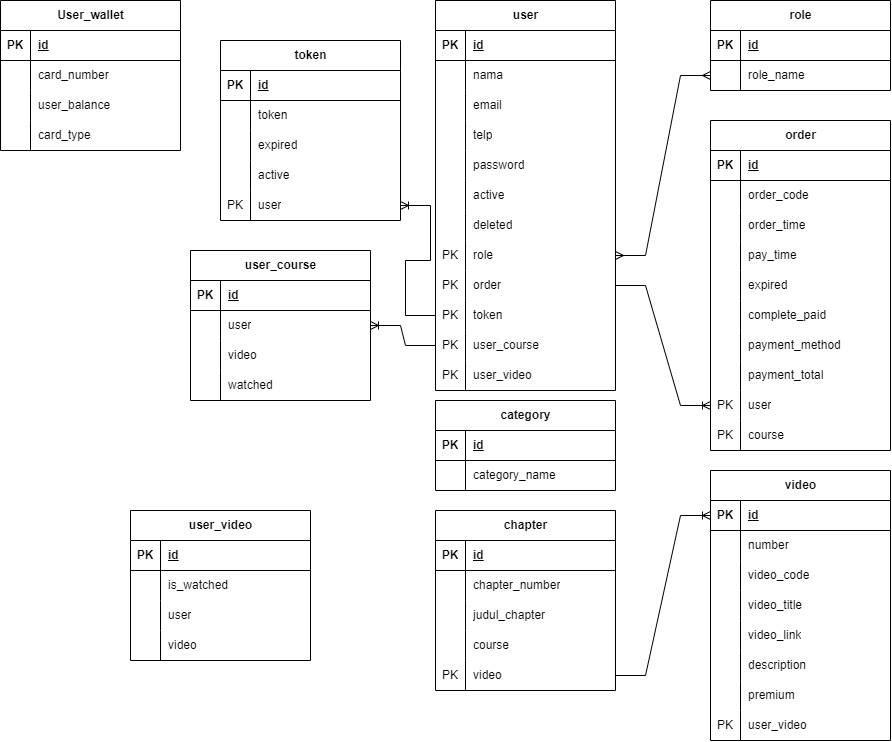
Earlier version of the draw.io export src/main/java/com/binar/backendonlinecourseapp/erd.png (DemoNicky/backend-video-course). Source tidied: cells renumbered, new cells last; positions are measured from the earlier drawing's top-left corner, leaving out a move shared by most shapes.
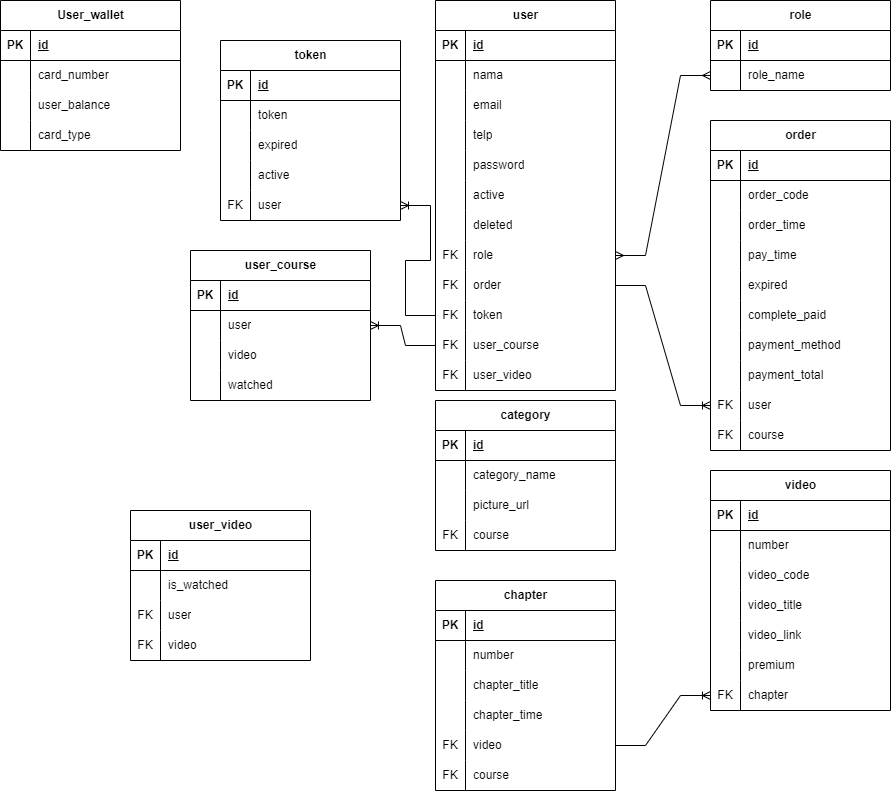
Above is the later version.

Change to the diagram source:
```diff
@@ -110,7 +110,7 @@
     <mxCell id="37" style="shape=tableRow;horizontal=0;startSize=0;swimlaneHead=0;swimlaneBody=0;fillColor=none;points=[[0,0.5],[1,0.5]];portConstraint=eastwest;top=0;left=0;right=0;bottom=0;" parent="15" vertex="1">
       <mxGeometry y="240" width="180" height="30" as="geometry" />
     </mxCell>
-    <mxCell id="38" value="PK" style="shape=partialRectangle;fillColor=none;top=0;left=0;bottom=0;right=0;overflow=hidden;whiteSpace=wrap;html=1;" parent="37" vertex="1">
+    <mxCell id="38" value="FK" style="shape=partialRectangle;fillColor=none;top=0;left=0;bottom=0;right=0;overflow=hidden;whiteSpace=wrap;html=1;" parent="37" vertex="1">
       <mxGeometry width="30" height="30" as="geometry" />
     </mxCell>
     <mxCell id="39" value="role" style="shape=partialRectangle;fillColor=none;top=0;left=0;bottom=0;right=0;align=left;spacingLeft=6;overflow=hidden;whiteSpace=wrap;html=1;" parent="37" vertex="1">
@@ -119,7 +119,7 @@
     <mxCell id="40" style="shape=tableRow;horizontal=0;startSize=0;swimlaneHead=0;swimlaneBody=0;fillColor=none;points=[[0,0.5],[1,0.5]];portConstraint=eastwest;top=0;left=0;right=0;bottom=0;" parent="15" vertex="1">
       <mxGeometry y="270" width="180" height="30" as="geometry" />
     </mxCell>
-    <mxCell id="41" value="PK" style="shape=partialRectangle;fillColor=none;top=0;left=0;bottom=0;right=0;overflow=hidden;whiteSpace=wrap;html=1;" parent="40" vertex="1">
+    <mxCell id="41" value="FK" style="shape=partialRectangle;fillColor=none;top=0;left=0;bottom=0;right=0;overflow=hidden;whiteSpace=wrap;html=1;" parent="40" vertex="1">
       <mxGeometry width="30" height="30" as="geometry" />
     </mxCell>
     <mxCell id="42" value="order" style="shape=partialRectangle;fillColor=none;top=0;left=0;bottom=0;right=0;align=left;spacingLeft=6;overflow=hidden;whiteSpace=wrap;html=1;" parent="40" vertex="1">
@@ -128,7 +128,7 @@
     <mxCell id="43" style="shape=tableRow;horizontal=0;startSize=0;swimlaneHead=0;swimlaneBody=0;fillColor=none;points=[[0,0.5],[1,0.5]];portConstraint=eastwest;top=0;left=0;right=0;bottom=0;" parent="15" vertex="1">
       <mxGeometry y="300" width="180" height="30" as="geometry" />
     </mxCell>
-    <mxCell id="44" value="PK" style="shape=partialRectangle;fillColor=none;top=0;left=0;bottom=0;right=0;overflow=hidden;whiteSpace=wrap;html=1;" parent="43" vertex="1">
+    <mxCell id="44" value="FK" style="shape=partialRectangle;fillColor=none;top=0;left=0;bottom=0;right=0;overflow=hidden;whiteSpace=wrap;html=1;" parent="43" vertex="1">
       <mxGeometry width="30" height="30" as="geometry" />
     </mxCell>
     <mxCell id="45" value="token" style="shape=partialRectangle;fillColor=none;top=0;left=0;bottom=0;right=0;align=left;spacingLeft=6;overflow=hidden;whiteSpace=wrap;html=1;" parent="43" vertex="1">
@@ -137,7 +137,7 @@
     <mxCell id="46" style="shape=tableRow;horizontal=0;startSize=0;swimlaneHead=0;swimlaneBody=0;fillColor=none;points=[[0,0.5],[1,0.5]];portConstraint=eastwest;top=0;left=0;right=0;bottom=0;" parent="15" vertex="1">
       <mxGeometry y="330" width="180" height="30" as="geometry" />
     </mxCell>
-    <mxCell id="47" value="PK" style="shape=partialRectangle;fillColor=none;top=0;left=0;bottom=0;right=0;overflow=hidden;whiteSpace=wrap;html=1;" parent="46" vertex="1">
+    <mxCell id="47" value="FK" style="shape=partialRectangle;fillColor=none;top=0;left=0;bottom=0;right=0;overflow=hidden;whiteSpace=wrap;html=1;" parent="46" vertex="1">
       <mxGeometry width="30" height="30" as="geometry" />
     </mxCell>
     <mxCell id="48" value="user_course" style="shape=partialRectangle;fillColor=none;top=0;left=0;bottom=0;right=0;align=left;spacingLeft=6;overflow=hidden;whiteSpace=wrap;html=1;" parent="46" vertex="1">
@@ -146,7 +146,7 @@
     <mxCell id="49" style="shape=tableRow;horizontal=0;startSize=0;swimlaneHead=0;swimlaneBody=0;fillColor=none;top=0;left=0;right=0;bottom=0;" parent="15" vertex="1">
       <mxGeometry y="360" width="180" height="30" as="geometry" />
     </mxCell>
-    <mxCell id="50" value="PK" style="shape=partialRectangle;fillColor=none;top=0;left=0;bottom=0;right=0;overflow=hidden;whiteSpace=wrap;html=1;" parent="49" vertex="1">
+    <mxCell id="50" value="FK" style="shape=partialRectangle;fillColor=none;top=0;left=0;bottom=0;right=0;overflow=hidden;whiteSpace=wrap;html=1;" parent="49" vertex="1">
       <mxGeometry width="30" height="30" as="geometry" />
     </mxCell>
     <mxCell id="51" value="user_video" style="shape=partialRectangle;fillColor=none;top=0;left=0;bottom=0;right=0;align=left;spacingLeft=6;overflow=hidden;whiteSpace=wrap;html=1;" parent="49" vertex="1">
@@ -251,7 +251,7 @@
     <mxCell id="84" style="shape=tableRow;horizontal=0;startSize=0;swimlaneHead=0;swimlaneBody=0;fillColor=none;points=[[0,0.5],[1,0.5]];portConstraint=eastwest;top=0;left=0;right=0;bottom=0;" parent="59" vertex="1">
       <mxGeometry y="270" width="180" height="30" as="geometry" />
     </mxCell>
-    <mxCell id="85" value="PK" style="shape=partialRectangle;fillColor=none;top=0;left=0;bottom=0;right=0;overflow=hidden;whiteSpace=wrap;html=1;" parent="84" vertex="1">
+    <mxCell id="85" value="FK" style="shape=partialRectangle;fillColor=none;top=0;left=0;bottom=0;right=0;overflow=hidden;whiteSpace=wrap;html=1;" parent="84" vertex="1">
       <mxGeometry width="30" height="30" as="geometry" />
     </mxCell>
     <mxCell id="86" value="user" style="shape=partialRectangle;fillColor=none;top=0;left=0;bottom=0;right=0;align=left;spacingLeft=6;overflow=hidden;whiteSpace=wrap;html=1;" parent="84" vertex="1">
@@ -260,7 +260,7 @@
     <mxCell id="87" style="shape=tableRow;horizontal=0;startSize=0;swimlaneHead=0;swimlaneBody=0;fillColor=none;top=0;left=0;right=0;bottom=0;" parent="59" vertex="1">
       <mxGeometry y="300" width="180" height="30" as="geometry" />
     </mxCell>
-    <mxCell id="88" value="PK" style="shape=partialRectangle;fillColor=none;top=0;left=0;bottom=0;right=0;overflow=hidden;whiteSpace=wrap;html=1;" parent="87" vertex="1">
+    <mxCell id="88" value="FK" style="shape=partialRectangle;fillColor=none;top=0;left=0;bottom=0;right=0;overflow=hidden;whiteSpace=wrap;html=1;" parent="87" vertex="1">
       <mxGeometry width="30" height="30" as="geometry" />
     </mxCell>
     <mxCell id="89" value="course" style="shape=partialRectangle;fillColor=none;top=0;left=0;bottom=0;right=0;align=left;spacingLeft=6;overflow=hidden;whiteSpace=wrap;html=1;" parent="87" vertex="1">
@@ -273,7 +273,7 @@
       <mxGeometry relative="1" as="geometry" />
     </mxCell>
     <mxCell id="92" value="category" style="shape=table;startSize=30;rowLines=0;fontStyle=1;align=center;html=1;" parent="1" vertex="1">
-      <mxGeometry x="435" y="400" width="180" height="90" as="geometry" />
+      <mxGeometry x="435" y="400" width="180" height="150" as="geometry" />
     </mxCell>
     <mxCell id="93" style="shape=tableRow;horizontal=0;startSize=0;swimlaneHead=0;swimlaneBody=0;fillColor=none;top=0;left=0;right=0;bottom=1;" parent="92" vertex="1">
       <mxGeometry y="30" width="180" height="30" as="geometry" />
@@ -293,6 +293,24 @@
     <mxCell id="98" value="category_name" style="shape=partialRectangle;fillColor=none;top=0;left=0;bottom=0;right=0;align=left;spacingLeft=6;overflow=hidden;whiteSpace=wrap;html=1;" parent="96" vertex="1">
       <mxGeometry x="30" width="150" height="30" as="geometry" />
     </mxCell>
+    <mxCell id="185" style="shape=tableRow;horizontal=0;startSize=0;swimlaneHead=0;swimlaneBody=0;fillColor=none;top=0;left=0;right=0;bottom=0;" parent="92" vertex="1">
+      <mxGeometry y="90" width="180" height="30" as="geometry" />
+    </mxCell>
+    <mxCell id="147" style="shape=partialRectangle;fillColor=none;top=0;left=0;bottom=0;right=0;overflow=hidden;whiteSpace=wrap;html=1;" parent="185" vertex="1">
+      <mxGeometry width="30" height="30" as="geometry" />
+    </mxCell>
+    <mxCell id="186" value="picture_url" style="shape=partialRectangle;fillColor=none;top=0;left=0;bottom=0;right=0;align=left;spacingLeft=6;overflow=hidden;whiteSpace=wrap;html=1;" parent="185" vertex="1">
+      <mxGeometry x="30" width="150" height="30" as="geometry" />
+    </mxCell>
+    <mxCell id="187" style="shape=tableRow;horizontal=0;startSize=0;swimlaneHead=0;swimlaneBody=0;fillColor=none;top=0;left=0;right=0;bottom=0;" parent="92" vertex="1">
+      <mxGeometry y="120" width="180" height="30" as="geometry" />
+    </mxCell>
+    <mxCell id="188" value="FK" style="shape=partialRectangle;fillColor=none;top=0;left=0;bottom=0;right=0;overflow=hidden;whiteSpace=wrap;html=1;" parent="187" vertex="1">
+      <mxGeometry width="30" height="30" as="geometry" />
+    </mxCell>
+    <mxCell id="189" value="course" style="shape=partialRectangle;fillColor=none;top=0;left=0;bottom=0;right=0;align=left;spacingLeft=6;overflow=hidden;whiteSpace=wrap;html=1;" parent="187" vertex="1">
+      <mxGeometry x="30" width="150" height="30" as="geometry" />
+    </mxCell>
     <mxCell id="99" value="token" style="shape=table;startSize=30;rowLines=0;fontStyle=1;align=center;html=1;" parent="1" vertex="1">
       <mxGeometry x="220" y="40" width="180" height="180" as="geometry" />
     </mxCell>
@@ -335,7 +353,7 @@
     <mxCell id="112" style="shape=tableRow;horizontal=0;startSize=0;swimlaneHead=0;swimlaneBody=0;fillColor=none;points=[[0,0.5],[1,0.5]];portConstraint=eastwest;top=0;left=0;right=0;bottom=0;" parent="99" vertex="1">
       <mxGeometry y="150" width="180" height="30" as="geometry" />
     </mxCell>
-    <mxCell id="113" value="PK" style="shape=partialRectangle;fillColor=none;top=0;left=0;bottom=0;right=0;overflow=hidden;whiteSpace=wrap;html=1;" parent="112" vertex="1">
+    <mxCell id="113" value="FK" style="shape=partialRectangle;fillColor=none;top=0;left=0;bottom=0;right=0;overflow=hidden;whiteSpace=wrap;html=1;" parent="112" vertex="1">
       <mxGeometry width="30" height="30" as="geometry" />
     </mxCell>
     <mxCell id="114" value="user" style="shape=partialRectangle;fillColor=none;top=0;left=0;bottom=0;right=0;align=left;spacingLeft=6;overflow=hidden;whiteSpace=wrap;html=1;" parent="112" vertex="1">
@@ -387,7 +405,7 @@
       <mxGeometry relative="1" as="geometry" />
     </mxCell>
     <mxCell id="130" value="video" style="shape=table;startSize=30;rowLines=0;fontStyle=1;align=center;html=1;" parent="1" vertex="1">
-      <mxGeometry x="710" y="470" width="180" height="270" as="geometry" />
+      <mxGeometry x="710" y="470" width="180" height="240" as="geometry" />
     </mxCell>
     <mxCell id="131" style="shape=tableRow;horizontal=0;startSize=0;swimlaneHead=0;swimlaneBody=0;fillColor=none;points=[[0,0.5],[1,0.5]];portConstraint=eastwest;top=0;left=0;right=0;bottom=1;" parent="130" vertex="1">
       <mxGeometry y="30" width="180" height="30" as="geometry" />
@@ -434,17 +452,8 @@
     <mxCell id="145" value="video_link" style="shape=partialRectangle;fillColor=none;top=0;left=0;bottom=0;right=0;align=left;spacingLeft=6;overflow=hidden;whiteSpace=wrap;html=1;" parent="143" vertex="1">
       <mxGeometry x="30" width="150" height="30" as="geometry" />
     </mxCell>
-    <mxCell id="146" style="shape=tableRow;horizontal=0;startSize=0;swimlaneHead=0;swimlaneBody=0;fillColor=none;top=0;left=0;right=0;bottom=0;" parent="130" vertex="1">
-      <mxGeometry y="180" width="180" height="30" as="geometry" />
-    </mxCell>
-    <mxCell id="147" style="shape=partialRectangle;fillColor=none;top=0;left=0;bottom=0;right=0;overflow=hidden;whiteSpace=wrap;html=1;" parent="146" vertex="1">
-      <mxGeometry width="30" height="30" as="geometry" />
-    </mxCell>
-    <mxCell id="148" value="description" style="shape=partialRectangle;fillColor=none;top=0;left=0;bottom=0;right=0;align=left;spacingLeft=6;overflow=hidden;whiteSpace=wrap;html=1;" parent="146" vertex="1">
-      <mxGeometry x="30" width="150" height="30" as="geometry" />
-    </mxCell>
     <mxCell id="149" style="shape=tableRow;horizontal=0;startSize=0;swimlaneHead=0;swimlaneBody=0;fillColor=none;top=0;left=0;right=0;bottom=0;" parent="130" vertex="1">
-      <mxGeometry y="210" width="180" height="30" as="geometry" />
+      <mxGeometry y="180" width="180" height="30" as="geometry" />
     </mxCell>
     <mxCell id="150" style="shape=partialRectangle;fillColor=none;top=0;left=0;bottom=0;right=0;overflow=hidden;whiteSpace=wrap;html=1;" parent="149" vertex="1">
       <mxGeometry width="30" height="30" as="geometry" />
@@ -453,16 +462,16 @@
       <mxGeometry x="30" width="150" height="30" as="geometry" />
     </mxCell>
     <mxCell id="152" style="shape=tableRow;horizontal=0;startSize=0;swimlaneHead=0;swimlaneBody=0;fillColor=none;points=[[0,0.5],[1,0.5]];portConstraint=eastwest;top=0;left=0;right=0;bottom=0;" parent="130" vertex="1">
-      <mxGeometry y="240" width="180" height="30" as="geometry" />
+      <mxGeometry y="210" width="180" height="30" as="geometry" />
     </mxCell>
-    <mxCell id="153" value="PK" style="shape=partialRectangle;fillColor=none;top=0;left=0;bottom=0;right=0;overflow=hidden;whiteSpace=wrap;html=1;" parent="152" vertex="1">
+    <mxCell id="153" value="FK" style="shape=partialRectangle;fillColor=none;top=0;left=0;bottom=0;right=0;overflow=hidden;whiteSpace=wrap;html=1;" parent="152" vertex="1">
       <mxGeometry width="30" height="30" as="geometry" />
     </mxCell>
-    <mxCell id="154" value="user_video" style="shape=partialRectangle;fillColor=none;top=0;left=0;bottom=0;right=0;align=left;spacingLeft=6;overflow=hidden;whiteSpace=wrap;html=1;" parent="152" vertex="1">
+    <mxCell id="154" value="chapter" style="shape=partialRectangle;fillColor=none;top=0;left=0;bottom=0;right=0;align=left;spacingLeft=6;overflow=hidden;whiteSpace=wrap;html=1;" parent="152" vertex="1">
       <mxGeometry x="30" width="150" height="30" as="geometry" />
     </mxCell>
     <mxCell id="155" value="chapter" style="shape=table;startSize=30;rowLines=0;fontStyle=1;align=center;html=1;" parent="1" vertex="1">
-      <mxGeometry x="435" y="510" width="180" height="180" as="geometry" />
+      <mxGeometry x="435" y="580" width="180" height="210" as="geometry" />
     </mxCell>
     <mxCell id="156" style="shape=tableRow;horizontal=0;startSize=0;swimlaneHead=0;swimlaneBody=0;fillColor=none;top=0;left=0;right=0;bottom=1;" parent="155" vertex="1">
       <mxGeometry y="30" width="180" height="30" as="geometry" />
@@ -479,7 +488,7 @@
     <mxCell id="160" style="shape=partialRectangle;fillColor=none;top=0;left=0;bottom=0;right=0;overflow=hidden;whiteSpace=wrap;html=1;" parent="159" vertex="1">
       <mxGeometry width="30" height="30" as="geometry" />
     </mxCell>
-    <mxCell id="161" value="chapter_number" style="shape=partialRectangle;fillColor=none;top=0;left=0;bottom=0;right=0;align=left;spacingLeft=6;overflow=hidden;whiteSpace=wrap;html=1;" parent="159" vertex="1">
+    <mxCell id="161" value="number" style="shape=partialRectangle;fillColor=none;top=0;left=0;bottom=0;right=0;align=left;spacingLeft=6;overflow=hidden;whiteSpace=wrap;html=1;" parent="159" vertex="1">
       <mxGeometry x="30" width="150" height="30" as="geometry" />
     </mxCell>
     <mxCell id="162" style="shape=tableRow;horizontal=0;startSize=0;swimlaneHead=0;swimlaneBody=0;fillColor=none;top=0;left=0;right=0;bottom=0;" parent="155" vertex="1">
@@ -488,7 +497,7 @@
     <mxCell id="163" style="shape=partialRectangle;fillColor=none;top=0;left=0;bottom=0;right=0;overflow=hidden;whiteSpace=wrap;html=1;" parent="162" vertex="1">
       <mxGeometry width="30" height="30" as="geometry" />
     </mxCell>
-    <mxCell id="164" value="judul_chapter" style="shape=partialRectangle;fillColor=none;top=0;left=0;bottom=0;right=0;align=left;spacingLeft=6;overflow=hidden;whiteSpace=wrap;html=1;" parent="162" vertex="1">
+    <mxCell id="164" value="chapter_title" style="shape=partialRectangle;fillColor=none;top=0;left=0;bottom=0;right=0;align=left;spacingLeft=6;overflow=hidden;whiteSpace=wrap;html=1;" parent="162" vertex="1">
       <mxGeometry x="30" width="150" height="30" as="geometry" />
     </mxCell>
     <mxCell id="165" style="shape=tableRow;horizontal=0;startSize=0;swimlaneHead=0;swimlaneBody=0;fillColor=none;top=0;left=0;right=0;bottom=0;" parent="155" vertex="1">
@@ -497,21 +506,27 @@
     <mxCell id="166" style="shape=partialRectangle;fillColor=none;top=0;left=0;bottom=0;right=0;overflow=hidden;whiteSpace=wrap;html=1;" parent="165" vertex="1">
       <mxGeometry width="30" height="30" as="geometry" />
     </mxCell>
-    <mxCell id="167" value="course" style="shape=partialRectangle;fillColor=none;top=0;left=0;bottom=0;right=0;align=left;spacingLeft=6;overflow=hidden;whiteSpace=wrap;html=1;" parent="165" vertex="1">
+    <mxCell id="167" value="chapter_time" style="shape=partialRectangle;fillColor=none;top=0;left=0;bottom=0;right=0;align=left;spacingLeft=6;overflow=hidden;whiteSpace=wrap;html=1;" parent="165" vertex="1">
       <mxGeometry x="30" width="150" height="30" as="geometry" />
     </mxCell>
     <mxCell id="168" style="shape=tableRow;horizontal=0;startSize=0;swimlaneHead=0;swimlaneBody=0;fillColor=none;points=[[0,0.5],[1,0.5]];portConstraint=eastwest;top=0;left=0;right=0;bottom=0;" parent="155" vertex="1">
       <mxGeometry y="150" width="180" height="30" as="geometry" />
     </mxCell>
-    <mxCell id="169" value="PK" style="shape=partialRectangle;fillColor=none;top=0;left=0;bottom=0;right=0;overflow=hidden;whiteSpace=wrap;html=1;" parent="168" vertex="1">
+    <mxCell id="169" value="FK" style="shape=partialRectangle;fillColor=none;top=0;left=0;bottom=0;right=0;overflow=hidden;whiteSpace=wrap;html=1;" parent="168" vertex="1">
       <mxGeometry width="30" height="30" as="geometry" />
     </mxCell>
     <mxCell id="170" value="video" style="shape=partialRectangle;fillColor=none;top=0;left=0;bottom=0;right=0;align=left;spacingLeft=6;overflow=hidden;whiteSpace=wrap;html=1;" parent="168" vertex="1">
       <mxGeometry x="30" width="150" height="30" as="geometry" />
     </mxCell>
-    <mxCell id="171" style="edgeStyle=entityRelationEdgeStyle;fontSize=12;html=1;endArrow=ERoneToMany;rounded=0;exitX=1;exitY=0.5;exitDx=0;exitDy=0;entryX=0;entryY=0.5;entryDx=0;entryDy=0;" parent="1" edge="1" source="168" target="131">
-      <mxGeometry relative="1" as="geometry" />
-    </mxCell>
+    <mxCell id="146" style="shape=tableRow;horizontal=0;startSize=0;swimlaneHead=0;swimlaneBody=0;fillColor=none;top=0;left=0;right=0;bottom=0;" parent="155" vertex="1">
+      <mxGeometry y="180" width="180" height="30" as="geometry" />
+    </mxCell>
+    <mxCell id="190" value="FK" style="shape=partialRectangle;fillColor=none;top=0;left=0;bottom=0;right=0;overflow=hidden;whiteSpace=wrap;html=1;" parent="146" vertex="1">
+      <mxGeometry width="30" height="30" as="geometry" />
+    </mxCell>
+    <mxCell id="191" value="course" style="shape=partialRectangle;fillColor=none;top=0;left=0;bottom=0;right=0;align=left;spacingLeft=6;overflow=hidden;whiteSpace=wrap;html=1;" parent="146" vertex="1">
+      <mxGeometry x="30" width="150" height="30" as="geometry" />
+    </mxCell>
     <mxCell id="172" value="user_video" style="shape=table;startSize=30;rowLines=0;fontStyle=1;align=center;html=1;" parent="1" vertex="1">
       <mxGeometry x="130" y="510" width="180" height="150" as="geometry" />
     </mxCell>
@@ -536,7 +551,7 @@
     <mxCell id="179" style="shape=tableRow;horizontal=0;startSize=0;swimlaneHead=0;swimlaneBody=0;fillColor=none;top=0;left=0;right=0;bottom=0;" parent="172" vertex="1">
       <mxGeometry y="90" width="180" height="30" as="geometry" />
     </mxCell>
-    <mxCell id="180" style="shape=partialRectangle;fillColor=none;top=0;left=0;bottom=0;right=0;overflow=hidden;whiteSpace=wrap;html=1;" parent="179" vertex="1">
+    <mxCell id="180" value="FK" style="shape=partialRectangle;fillColor=none;top=0;left=0;bottom=0;right=0;overflow=hidden;whiteSpace=wrap;html=1;" parent="179" vertex="1">
       <mxGeometry width="30" height="30" as="geometry" />
     </mxCell>
     <mxCell id="181" value="user" style="shape=partialRectangle;fillColor=none;top=0;left=0;bottom=0;right=0;align=left;spacingLeft=6;overflow=hidden;whiteSpace=wrap;html=1;" parent="179" vertex="1">
@@ -545,11 +560,14 @@
     <mxCell id="182" style="shape=tableRow;horizontal=0;startSize=0;swimlaneHead=0;swimlaneBody=0;fillColor=none;top=0;left=0;right=0;bottom=0;" parent="172" vertex="1">
       <mxGeometry y="120" width="180" height="30" as="geometry" />
     </mxCell>
-    <mxCell id="183" style="shape=partialRectangle;fillColor=none;top=0;left=0;bottom=0;right=0;overflow=hidden;whiteSpace=wrap;html=1;" parent="182" vertex="1">
+    <mxCell id="183" value="FK" style="shape=partialRectangle;fillColor=none;top=0;left=0;bottom=0;right=0;overflow=hidden;whiteSpace=wrap;html=1;" parent="182" vertex="1">
       <mxGeometry width="30" height="30" as="geometry" />
     </mxCell>
     <mxCell id="184" value="video" style="shape=partialRectangle;fillColor=none;top=0;left=0;bottom=0;right=0;align=left;spacingLeft=6;overflow=hidden;whiteSpace=wrap;html=1;" parent="182" vertex="1">
       <mxGeometry x="30" width="150" height="30" as="geometry" />
     </mxCell>
+    <mxCell id="192" style="edgeStyle=entityRelationEdgeStyle;fontSize=12;html=1;endArrow=ERoneToMany;rounded=0;exitX=1;exitY=0.5;exitDx=0;exitDy=0;" parent="1" edge="1" source="168" target="152">
+      <mxGeometry relative="1" as="geometry" />
+    </mxCell>
   </root>
 </mxGraphModel>
```
